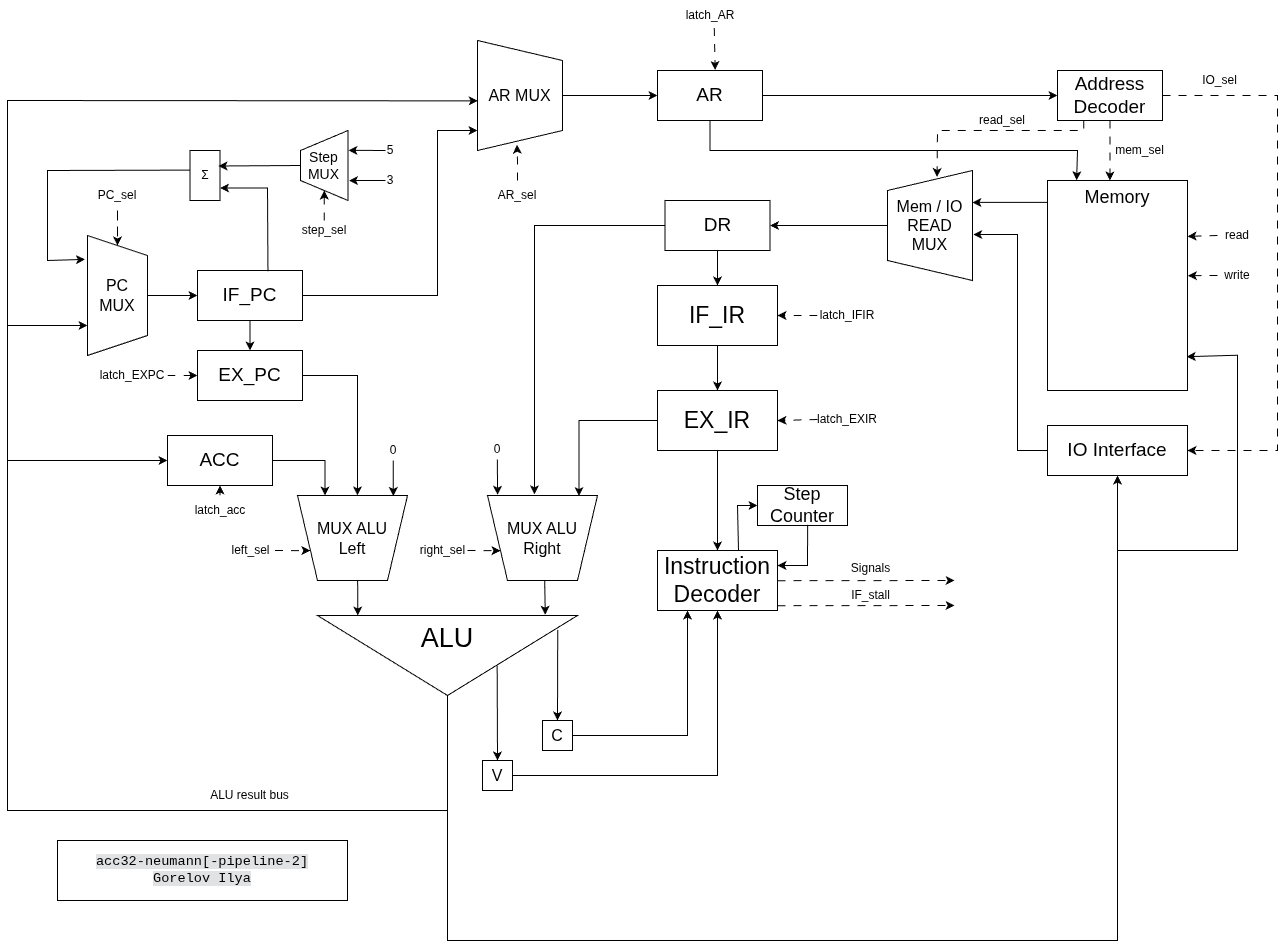
The draw.io diagram ca/3/ca_scheme.drawio.png in IlyaGorelov/itmo, before a commit. Source tidied: cells renumbered, new cells last; positions are measured from the earlier drawing's top-left corner, leaving out a move shared by most shapes.
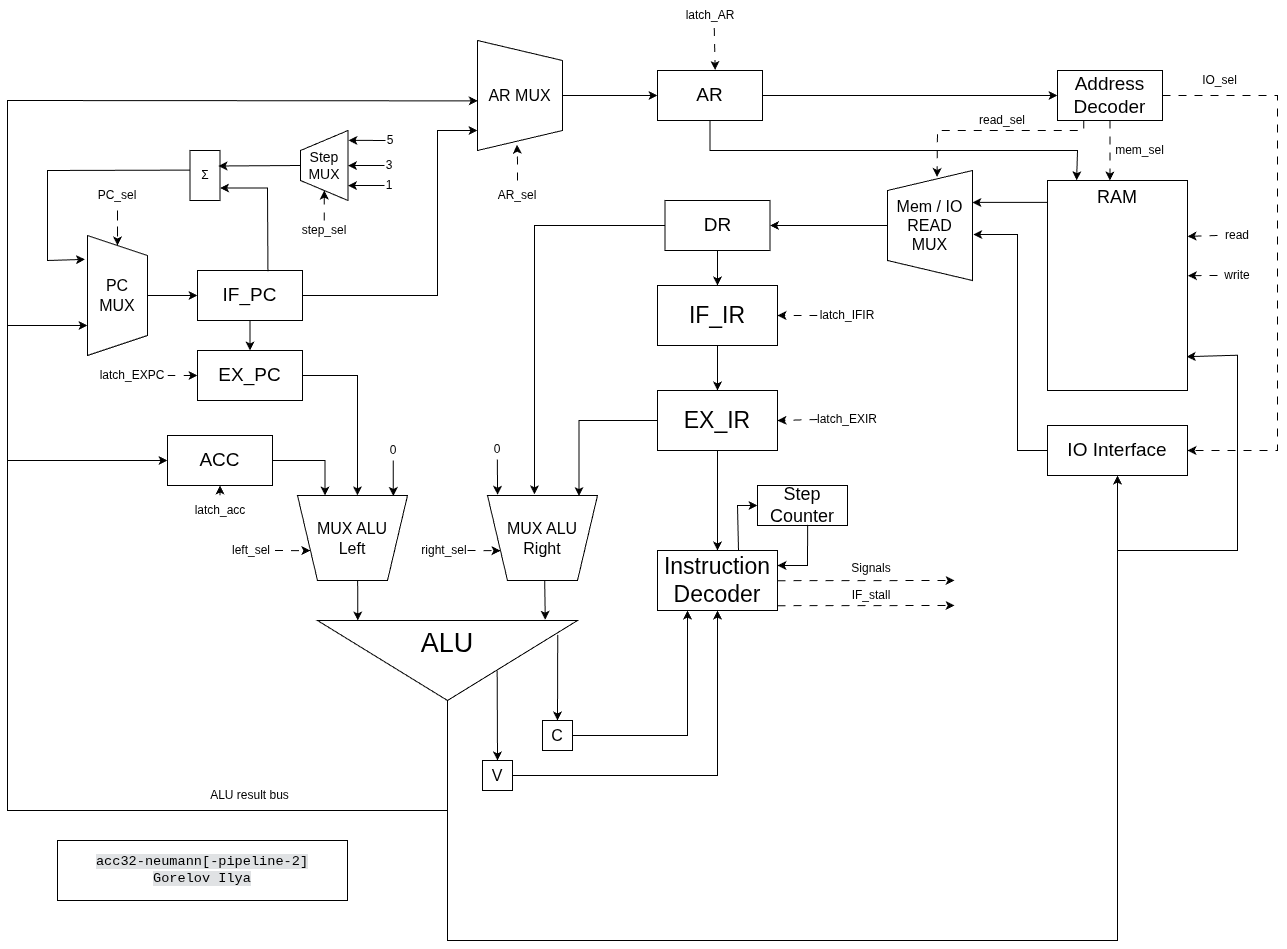
Later version of the same file.

Commit message:
дорисовал стрелочку

The edit, as a diff of the source:
```diff
@@ -3,9 +3,9 @@
     <mxCell id="0" />
     <mxCell id="1" parent="0" />
     <mxCell id="2" value="ALU" style="triangle;whiteSpace=wrap;html=1;shapeInside=1;rotation=90;fontSize=27;verticalAlign=top;horizontal=0;" parent="1" vertex="1">
-      <mxGeometry x="400" y="525" width="80" height="260" as="geometry" />
+      <mxGeometry x="400" y="530" width="80" height="260" as="geometry" />
     </mxCell>
-    <mxCell id="3" value="Memory" style="rounded=0;whiteSpace=wrap;html=1;verticalAlign=top;fontSize=18;" parent="1" vertex="1">
+    <mxCell id="3" value="RAM" style="rounded=0;whiteSpace=wrap;html=1;verticalAlign=top;fontSize=18;" parent="1" vertex="1">
       <mxGeometry x="1040" y="180" width="140" height="210" as="geometry" />
     </mxCell>
     <mxCell id="4" value="&lt;font style=&quot;font-size: 19px;&quot;&gt;DR&lt;/font&gt;" style="rounded=0;whiteSpace=wrap;html=1;" parent="1" vertex="1">
@@ -364,17 +364,21 @@
     <mxCell id="93" style="endArrow=classic;html=1;rounded=0;exitX=0.5;exitY=0;exitDx=0;exitDy=0;entryX=0.95;entryY=0.31;entryDx=0;entryDy=0;entryPerimeter=0;" parent="1" edge="1" source="92" target="91">
       <mxGeometry relative="1" as="geometry" />
     </mxCell>
-    <mxCell id="94" style="endArrow=classic;html=1;rounded=0;entryX=0.717;entryY=1.01;entryDx=0;entryDy=0;entryPerimeter=0;exitX=0;exitY=0.5;exitDx=0;exitDy=0;" parent="1" edge="1" source="95" target="92">
-      <mxGeometry relative="1" as="geometry" />
+    <mxCell id="94" style="endArrow=classic;html=1;rounded=0;entryX=0.717;entryY=1.01;entryDx=0;entryDy=0;entryPerimeter=0;exitX=0;exitY=0.5;exitDx=0;exitDy=0;" parent="1" edge="1" source="95">
+      <mxGeometry relative="1" as="geometry">
+        <mxPoint x="341" y="139.8" as="targetPoint" />
+      </mxGeometry>
     </mxCell>
     <mxCell id="95" value="5" style="text;html=1;whiteSpace=wrap;strokeColor=none;fillColor=none;align=center;verticalAlign=middle;rounded=0;" parent="1" vertex="1">
-      <mxGeometry x="378" y="140" width="10" height="20" as="geometry" />
+      <mxGeometry x="378" y="130" width="10" height="20" as="geometry" />
     </mxCell>
-    <mxCell id="96" style="endArrow=classic;html=1;rounded=0;entryX=0.285;entryY=1.021;entryDx=0;entryDy=0;entryPerimeter=0;exitX=0;exitY=0.5;exitDx=0;exitDy=0;" parent="1" edge="1" source="97" target="92">
-      <mxGeometry relative="1" as="geometry" />
+    <mxCell id="96" style="endArrow=classic;html=1;rounded=0;entryX=0.285;entryY=1.021;entryDx=0;entryDy=0;entryPerimeter=0;exitX=0;exitY=0.5;exitDx=0;exitDy=0;" parent="1" edge="1" source="97">
+      <mxGeometry relative="1" as="geometry">
+        <mxPoint x="340.5" y="165.1" as="targetPoint" />
+      </mxGeometry>
     </mxCell>
     <mxCell id="97" value="3" style="text;html=1;whiteSpace=wrap;strokeColor=none;fillColor=none;align=center;verticalAlign=middle;rounded=0;" parent="1" vertex="1">
-      <mxGeometry x="378" y="170" width="10" height="20" as="geometry" />
+      <mxGeometry x="377" y="155" width="10" height="20" as="geometry" />
     </mxCell>
     <mxCell id="98" style="edgeStyle=orthogonalEdgeStyle;rounded=0;jettySize=auto;html=1;dashed=1;dashPattern=8 8;" parent="1" edge="1" source="99" target="92">
       <mxGeometry relative="1" as="geometry" />
@@ -382,5 +386,13 @@
     <mxCell id="99" value="step_sel" style="text;html=1;whiteSpace=wrap;strokeColor=none;fillColor=none;align=center;verticalAlign=middle;rounded=0;" parent="1" vertex="1">
       <mxGeometry x="286.8" y="220" width="60" height="20" as="geometry" />
     </mxCell>
+    <mxCell id="100" style="endArrow=classic;html=1;rounded=0;entryX=0.285;entryY=1.021;entryDx=0;entryDy=0;entryPerimeter=0;exitX=0;exitY=0.5;exitDx=0;exitDy=0;" parent="1" edge="1" source="101">
+      <mxGeometry relative="1" as="geometry">
+        <mxPoint x="340.5" y="185.1" as="targetPoint" />
+      </mxGeometry>
+    </mxCell>
+    <mxCell id="101" value="1" style="text;html=1;whiteSpace=wrap;strokeColor=none;fillColor=none;align=center;verticalAlign=middle;rounded=0;" parent="1" vertex="1">
+      <mxGeometry x="377" y="175" width="10" height="20" as="geometry" />
+    </mxCell>
   </root>
 </mxGraphModel>
```
